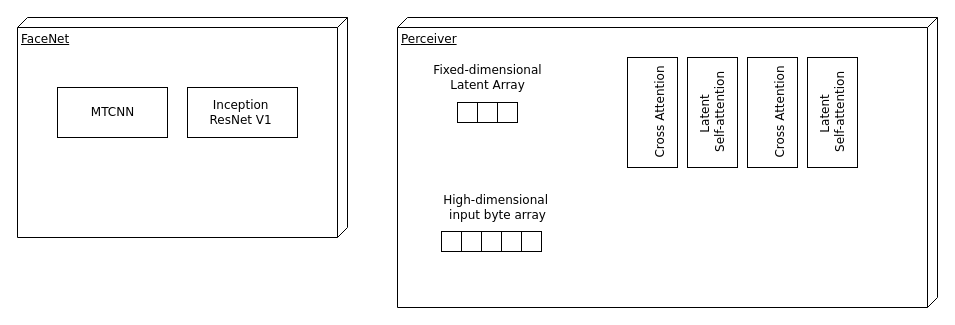
Earlier version of the draw.io diagram Perceiver.drawio (mgxlbn/cats-dogs-etc). Source tidied: cells renumbered, new cells numbered last; positions are measured from the earlier drawing's top-left corner, leaving out a move shared by most shapes. Both pictures are drawn from the tidied source at 100%, with x=0, y=0 at pixel (17, 17).
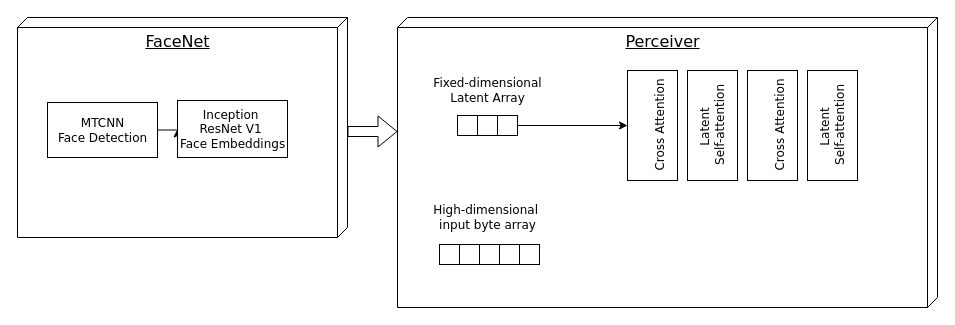
The same page after the edit.

Diff of the diagram source:
```diff
@@
-    <mxCell id="2" value="FaceNet" style="verticalAlign=top;align=left;spacingTop=8;spacingLeft=2;spacingRight=12;shape=cube;size=10;direction=south;fontStyle=4;html=1;rounded=0;shadow=0;comic=0;labelBackgroundColor=none;strokeWidth=1;fontFamily=Verdana;fontSize=12;" parent="1" vertex="1">
+    <mxCell id="2" value="&lt;font style=&quot;font-size: 16px;&quot;&gt;FaceNet&lt;/font&gt;" style="verticalAlign=top;align=center;spacingTop=8;spacingLeft=2;spacingRight=12;shape=cube;size=10;direction=south;fontStyle=4;html=1;rounded=0;shadow=0;comic=0;labelBackgroundColor=none;strokeWidth=1;fontFamily=Verdana;fontSize=12;" parent="1" vertex="1">
       <mxGeometry width="330" height="220" as="geometry" />
     </mxCell>
-    <mxCell id="3" value="Perceiver" style="verticalAlign=top;align=left;spacingTop=8;spacingLeft=2;spacingRight=12;shape=cube;size=10;direction=south;fontStyle=4;html=1;rounded=0;shadow=0;comic=0;labelBackgroundColor=none;strokeWidth=1;fontFamily=Verdana;fontSize=12;" parent="1" vertex="1">
+    <mxCell id="3" value="&lt;font style=&quot;font-size: 16px;&quot;&gt;Perceiver&lt;/font&gt;" style="verticalAlign=top;align=center;spacingTop=8;spacingLeft=2;spacingRight=12;shape=cube;size=10;direction=south;fontStyle=4;html=1;rounded=0;shadow=0;comic=0;labelBackgroundColor=none;strokeWidth=1;fontFamily=Verdana;fontSize=12;" parent="1" vertex="1">
       <mxGeometry x="380" width="540" height="290" as="geometry" />
     </mxCell>
+    <mxCell id="20" style="edgeStyle=orthogonalEdgeStyle;rounded=0;jettySize=auto;html=1;" parent="1" edge="1" source="4" target="6">
+      <mxGeometry relative="1" as="geometry" />
+    </mxCell>
-    <mxCell id="4" value="MTCNN" style="html=1;rounded=0;shadow=0;comic=0;labelBackgroundColor=none;strokeWidth=1;fontFamily=Verdana;fontSize=12;align=center;" parent="1" vertex="1">
-      <mxGeometry x="40" y="70" width="110" height="50" as="geometry" />
+    <mxCell id="4" value="MTCNN&lt;div&gt;Face Detection&lt;/div&gt;" style="html=1;rounded=0;shadow=0;comic=0;labelBackgroundColor=none;strokeWidth=1;fontFamily=Verdana;fontSize=12;align=center;" parent="1" vertex="1">
+      <mxGeometry x="30" y="85" width="110" height="55" as="geometry" />
     </mxCell>
     <mxCell id="5" value="Latent&amp;nbsp;&lt;div&gt;Self-attention&lt;/div&gt;" style="html=1;rounded=0;shadow=0;comic=0;labelBackgroundColor=none;strokeWidth=1;fontFamily=Verdana;fontSize=12;align=center;direction=south;horizontal=0;" parent="1" vertex="1">
-      <mxGeometry x="670" y="40" width="50" height="110" as="geometry" />
+      <mxGeometry x="670" y="53" width="50" height="110" as="geometry" />
     </mxCell>
-    <mxCell id="6" value="Inception&amp;nbsp;&lt;div&gt;ResNet V1&amp;nbsp;&lt;/div&gt;" style="html=1;rounded=0;shadow=0;comic=0;labelBackgroundColor=none;strokeWidth=1;fontFamily=Verdana;fontSize=12;align=center;" parent="1" vertex="1">
-      <mxGeometry x="170" y="70" width="110" height="50" as="geometry" />
+    <mxCell id="6" value="Inception&amp;nbsp;&lt;div&gt;ResNet V1&amp;nbsp;&lt;/div&gt;&lt;div&gt;Face Embeddings&lt;/div&gt;" style="html=1;rounded=0;shadow=0;comic=0;labelBackgroundColor=none;strokeWidth=1;fontFamily=Verdana;fontSize=12;align=center;" parent="1" vertex="1">
+      <mxGeometry x="160" y="83" width="110" height="57" as="geometry" />
     </mxCell>
     <mxCell id="7" value="&lt;div&gt;&lt;br&gt;&lt;/div&gt;&lt;div&gt;Cross Attention&lt;/div&gt;" style="html=1;rounded=0;shadow=0;comic=0;labelBackgroundColor=none;strokeWidth=1;fontFamily=Verdana;fontSize=12;align=center;direction=south;horizontal=0;" parent="1" vertex="1">
-      <mxGeometry x="730" y="40" width="50" height="110" as="geometry" />
+      <mxGeometry x="730" y="53" width="50" height="110" as="geometry" />
     </mxCell>
     <mxCell id="8" value="&lt;div&gt;&lt;br&gt;&lt;/div&gt;&lt;div&gt;Cross Attention&lt;/div&gt;" style="html=1;rounded=0;shadow=0;comic=0;labelBackgroundColor=none;strokeWidth=1;fontFamily=Verdana;fontSize=12;align=center;direction=south;horizontal=0;" parent="1" vertex="1">
-      <mxGeometry x="610" y="40" width="50" height="110" as="geometry" />
+      <mxGeometry x="610" y="53" width="50" height="110" as="geometry" />
     </mxCell>
     <mxCell id="9" value="Latent&amp;nbsp;&lt;div&gt;Self-attention&lt;/div&gt;" style="html=1;rounded=0;shadow=0;comic=0;labelBackgroundColor=none;strokeWidth=1;fontFamily=Verdana;fontSize=12;align=center;direction=south;horizontal=0;" parent="1" vertex="1">
-      <mxGeometry x="790" y="40" width="50" height="110" as="geometry" />
+      <mxGeometry x="790" y="53" width="50" height="110" as="geometry" />
     </mxCell>
+    <mxCell id="21" style="edgeStyle=orthogonalEdgeStyle;rounded=0;jettySize=auto;html=1;" parent="1" edge="1" source="10" target="8">
+      <mxGeometry relative="1" as="geometry" />
+    </mxCell>
     <mxCell id="10" style="rounded=0;whiteSpace=wrap;html=1;" parent="1" vertex="1">
-      <mxGeometry x="480" y="85" width="20" height="20" as="geometry" />
+      <mxGeometry x="480" y="98" width="20" height="20" as="geometry" />
     </mxCell>
     <mxCell id="11" style="rounded=0;whiteSpace=wrap;html=1;direction=south;" parent="1" vertex="1">
-      <mxGeometry x="440" y="85" width="20" height="20" as="geometry" />
+      <mxGeometry x="440" y="98" width="20" height="20" as="geometry" />
     </mxCell>
     <mxCell id="12" style="rounded=0;whiteSpace=wrap;html=1;" parent="1" vertex="1">
-      <mxGeometry x="460" y="85" width="20" height="20" as="geometry" />
+      <mxGeometry x="460" y="98" width="20" height="20" as="geometry" />
     </mxCell>
     <mxCell id="13" value="&lt;div&gt;Fixed-dimensional&lt;/div&gt;&lt;div&gt;Latent Array&lt;/div&gt;" style="html=1;rounded=0;shadow=0;comic=0;labelBackgroundColor=none;strokeWidth=1;fontFamily=Verdana;fontSize=12;align=center;direction=west;horizontal=1;strokeColor=none;" parent="1" vertex="1">
-      <mxGeometry x="415" y="40" width="110" height="40" as="geometry" />
+      <mxGeometry x="415" y="53" width="110" height="40" as="geometry" />
     </mxCell>
     <mxCell id="14" value="&lt;div&gt;High-dimensional&amp;nbsp;&lt;/div&gt;&lt;div&gt;input b&lt;span style=&quot;background-color: initial;&quot;&gt;yte array&lt;/span&gt;&lt;/div&gt;" style="html=1;rounded=0;shadow=0;comic=0;labelBackgroundColor=none;strokeWidth=1;fontFamily=Verdana;fontSize=12;align=center;direction=west;horizontal=1;strokeColor=none;" parent="1" vertex="1">
-      <mxGeometry x="425" y="170" width="110" height="40" as="geometry" />
+      <mxGeometry x="415" y="180" width="110" height="40" as="geometry" />
     </mxCell>
     <mxCell id="15" style="rounded=0;whiteSpace=wrap;html=1;" parent="1" vertex="1">
-      <mxGeometry x="484" y="214" width="20" height="20" as="geometry" />
+      <mxGeometry x="482" y="227" width="20" height="20" as="geometry" />
     </mxCell>
     <mxCell id="16" style="rounded=0;whiteSpace=wrap;html=1;direction=south;" parent="1" vertex="1">
-      <mxGeometry x="444" y="214" width="20" height="20" as="geometry" />
+      <mxGeometry x="442" y="227" width="20" height="20" as="geometry" />
     </mxCell>
     <mxCell id="17" style="rounded=0;whiteSpace=wrap;html=1;" parent="1" vertex="1">
-      <mxGeometry x="464" y="214" width="20" height="20" as="geometry" />
+      <mxGeometry x="462" y="227" width="20" height="20" as="geometry" />
     </mxCell>
     <mxCell id="18" style="rounded=0;whiteSpace=wrap;html=1;direction=south;" parent="1" vertex="1">
-      <mxGeometry x="504" y="214" width="20" height="20" as="geometry" />
+      <mxGeometry x="502" y="227" width="20" height="20" as="geometry" />
     </mxCell>
     <mxCell id="19" style="rounded=0;whiteSpace=wrap;html=1;" parent="1" vertex="1">
-      <mxGeometry x="424" y="214" width="20" height="20" as="geometry" />
+      <mxGeometry x="422" y="227" width="20" height="20" as="geometry" />
     </mxCell>
+    <mxCell id="22" style="shape=flexArrow;endArrow=classic;html=1;rounded=0;" parent="1" edge="1">
+      <mxGeometry relative="1" as="geometry">
+        <mxPoint x="330" y="114" as="sourcePoint" />
+        <mxPoint x="380" y="114" as="targetPoint" />
+      </mxGeometry>
+    </mxCell>
```
